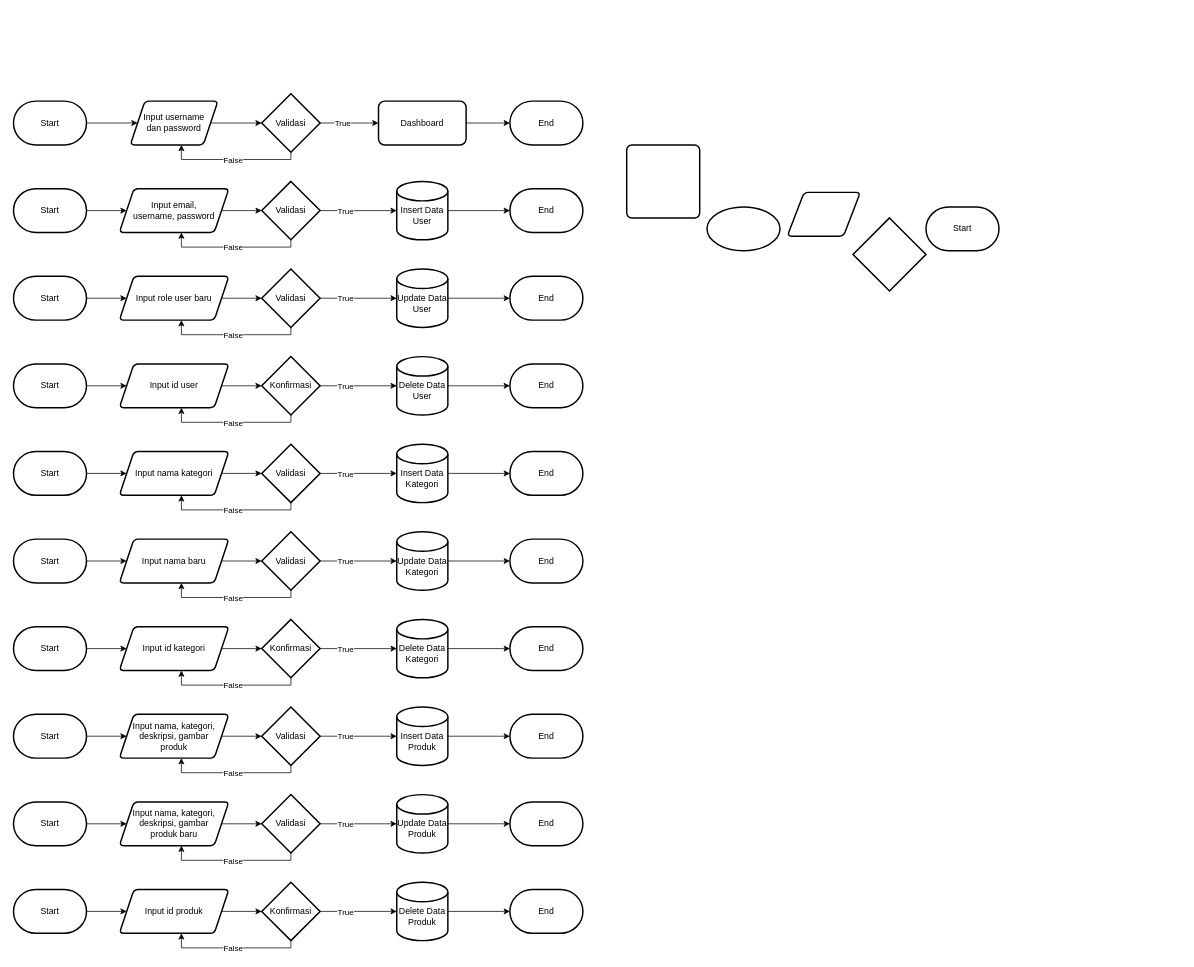
brogangin/brogangin-resolusi keeps this draw.io diagram as Flowchart KP.drawio. Above is the earlier version. Source tidied: cells renumbered, new cells numbered last; positions are measured from the earlier drawing's top-left corner, leaving out a move shared by most shapes. Both pictures are drawn from the tidied source at 73%, with x=0, y=0 at pixel (13, 93).
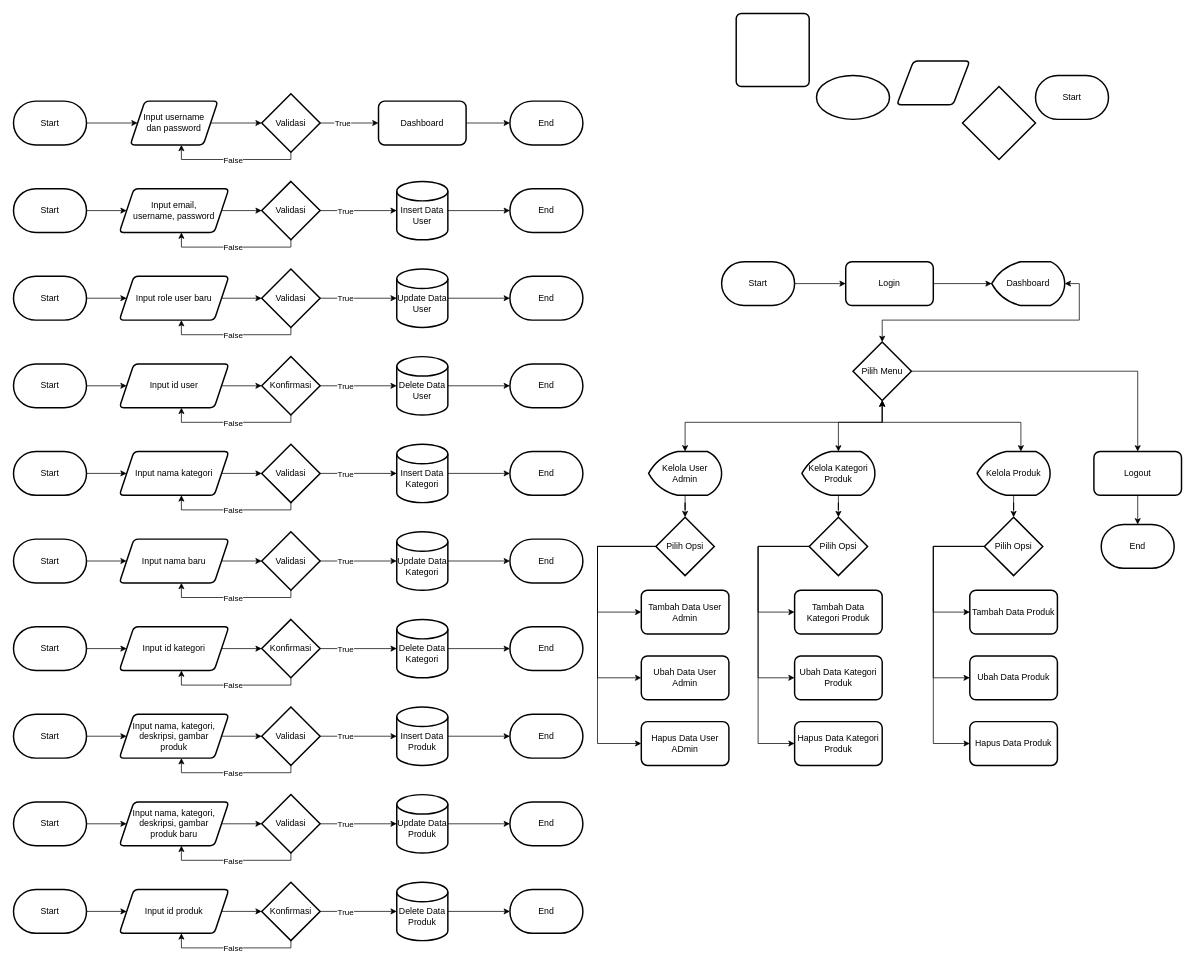
Above is the later version.

Diff of the diagram source:
```diff
@@
     <mxCell id="20" value="Start" style="strokeWidth=2;html=1;shape=mxgraph.flowchart.terminator;whiteSpace=wrap;" parent="1" vertex="1">
-      <mxGeometry x="1250" y="155" width="100" height="60" as="geometry" />
+      <mxGeometry x="1400" y="-25" width="100" height="60" as="geometry" />
     </mxCell>
     <mxCell id="21" style="shape=parallelogram;html=1;strokeWidth=2;perimeter=parallelogramPerimeter;whiteSpace=wrap;rounded=1;arcSize=12;size=0.23;" parent="1" vertex="1">
-      <mxGeometry x="1060" y="135" width="100" height="60" as="geometry" />
+      <mxGeometry x="1210" y="-45" width="100" height="60" as="geometry" />
     </mxCell>
     <mxCell id="22" style="rounded=1;whiteSpace=wrap;html=1;absoluteArcSize=1;arcSize=14;strokeWidth=2;" parent="1" vertex="1">
-      <mxGeometry x="840" y="70" width="100" height="100" as="geometry" />
+      <mxGeometry x="990" y="-110" width="100" height="100" as="geometry" />
     </mxCell>
@@
     <mxCell id="24" style="strokeWidth=2;html=1;shape=mxgraph.flowchart.start_1;whiteSpace=wrap;" parent="1" vertex="1">
-      <mxGeometry x="950" y="155" width="100" height="60" as="geometry" />
+      <mxGeometry x="1100" y="-25" width="100" height="60" as="geometry" />
     </mxCell>
     <mxCell id="25" style="strokeWidth=2;html=1;shape=mxgraph.flowchart.decision;whiteSpace=wrap;" parent="1" vertex="1">
-      <mxGeometry x="1150" y="170" width="100" height="100" as="geometry" />
+      <mxGeometry x="1300" y="-10" width="100" height="100" as="geometry" />
     </mxCell>
@@
+    <mxCell id="127" style="edgeStyle=orthogonalEdgeStyle;rounded=0;jettySize=auto;html=1;" parent="1" edge="1" source="129" target="167">
+      <mxGeometry relative="1" as="geometry" />
+    </mxCell>
+    <mxCell id="128" style="edgeStyle=orthogonalEdgeStyle;rounded=0;jettySize=auto;html=1;startArrow=classic;startFill=1;" parent="1" edge="1" source="135" target="134">
+      <mxGeometry relative="1" as="geometry">
+        <Array as="points">
+          <mxPoint x="1460" y="260" />
+          <mxPoint x="1460" y="310" />
+          <mxPoint x="1190" y="310" />
+        </Array>
+      </mxGeometry>
+    </mxCell>
+    <mxCell id="129" value="Start" style="strokeWidth=2;html=1;shape=mxgraph.flowchart.terminator;whiteSpace=wrap;" parent="1" vertex="1">
+      <mxGeometry x="970" y="230" width="100" height="60" as="geometry" />
+    </mxCell>
+    <mxCell id="130" style="edgeStyle=orthogonalEdgeStyle;rounded=0;jettySize=auto;html=1;startArrow=classic;startFill=1;" parent="1" edge="1" source="134" target="139">
+      <mxGeometry relative="1" as="geometry">
+        <Array as="points">
+          <mxPoint x="1190" y="450" />
+          <mxPoint x="1130" y="450" />
+        </Array>
+      </mxGeometry>
+    </mxCell>
+    <mxCell id="131" style="edgeStyle=orthogonalEdgeStyle;rounded=0;jettySize=auto;html=1;startArrow=classic;startFill=1;" parent="1" edge="1" source="134" target="137">
+      <mxGeometry relative="1" as="geometry">
+        <Array as="points">
+          <mxPoint x="1190" y="450" />
+          <mxPoint x="920" y="450" />
+        </Array>
+      </mxGeometry>
+    </mxCell>
+    <mxCell id="132" style="edgeStyle=orthogonalEdgeStyle;rounded=0;jettySize=auto;html=1;startArrow=classic;startFill=1;" parent="1" edge="1" source="134" target="141">
+      <mxGeometry relative="1" as="geometry">
+        <Array as="points">
+          <mxPoint x="1190" y="450" />
+          <mxPoint x="1380" y="450" />
+        </Array>
+      </mxGeometry>
+    </mxCell>
+    <mxCell id="133" style="edgeStyle=orthogonalEdgeStyle;rounded=0;jettySize=auto;html=1;" parent="1" edge="1" source="134" target="143">
+      <mxGeometry relative="1" as="geometry" />
+    </mxCell>
+    <mxCell id="134" value="Pilih Menu" style="rhombus;whiteSpace=wrap;html=1;strokeColor=default;strokeWidth=2;align=center;verticalAlign=middle;fontFamily=Helvetica;fontSize=12;fontColor=default;fillColor=default;" parent="1" vertex="1">
+      <mxGeometry x="1150" y="340" width="80" height="80" as="geometry" />
+    </mxCell>
+    <mxCell id="135" value="Dashboard" style="strokeWidth=2;html=1;shape=mxgraph.flowchart.display;whiteSpace=wrap;" parent="1" vertex="1">
+      <mxGeometry x="1340" y="230" width="100" height="60" as="geometry" />
+    </mxCell>
+    <mxCell id="136" style="edgeStyle=orthogonalEdgeStyle;rounded=0;jettySize=auto;html=1;" parent="1" edge="1" source="137" target="156">
+      <mxGeometry relative="1" as="geometry" />
+    </mxCell>
+    <mxCell id="137" value="Kelola User Admin" style="strokeWidth=2;html=1;shape=mxgraph.flowchart.display;whiteSpace=wrap;" parent="1" vertex="1">
+      <mxGeometry x="870" y="490" width="100" height="60" as="geometry" />
+    </mxCell>
+    <mxCell id="138" style="edgeStyle=orthogonalEdgeStyle;rounded=0;jettySize=auto;html=1;" parent="1" edge="1" source="139" target="160">
+      <mxGeometry relative="1" as="geometry" />
+    </mxCell>
+    <mxCell id="139" value="Kelola Kategori Produk" style="strokeWidth=2;html=1;shape=mxgraph.flowchart.display;whiteSpace=wrap;" parent="1" vertex="1">
+      <mxGeometry x="1080" y="490" width="100" height="60" as="geometry" />
+    </mxCell>
+    <mxCell id="140" style="edgeStyle=orthogonalEdgeStyle;rounded=0;jettySize=auto;html=1;" parent="1" edge="1" source="141" target="164">
+      <mxGeometry relative="1" as="geometry" />
+    </mxCell>
+    <mxCell id="141" value="Kelola Produk" style="strokeWidth=2;html=1;shape=mxgraph.flowchart.display;whiteSpace=wrap;" parent="1" vertex="1">
+      <mxGeometry x="1320" y="490" width="100" height="60" as="geometry" />
+    </mxCell>
+    <mxCell id="142" style="edgeStyle=orthogonalEdgeStyle;rounded=0;jettySize=auto;html=1;" parent="1" edge="1" source="143" target="165">
+      <mxGeometry relative="1" as="geometry" />
+    </mxCell>
+    <mxCell id="143" value="Logout" style="whiteSpace=wrap;html=1;rounded=1;strokeColor=default;strokeWidth=2;align=center;verticalAlign=middle;arcSize=14;fontFamily=Helvetica;fontSize=12;fontColor=default;fillColor=default;" parent="1" vertex="1">
+      <mxGeometry x="1480" y="490" width="120" height="60" as="geometry" />
+    </mxCell>
+    <mxCell id="144" value="Tambah Data User Admin" style="whiteSpace=wrap;html=1;rounded=1;strokeColor=default;strokeWidth=2;align=center;verticalAlign=middle;arcSize=14;fontFamily=Helvetica;fontSize=12;fontColor=default;fillColor=default;" parent="1" vertex="1">
+      <mxGeometry x="860" y="680" width="120" height="60" as="geometry" />
+    </mxCell>
+    <mxCell id="145" value="Ubah Data User Admin" style="whiteSpace=wrap;html=1;rounded=1;strokeColor=default;strokeWidth=2;align=center;verticalAlign=middle;arcSize=14;fontFamily=Helvetica;fontSize=12;fontColor=default;fillColor=default;" parent="1" vertex="1">
+      <mxGeometry x="860" y="770" width="120" height="60" as="geometry" />
+    </mxCell>
+    <mxCell id="146" value="Hapus Data User ADmin" style="whiteSpace=wrap;html=1;rounded=1;strokeColor=default;strokeWidth=2;align=center;verticalAlign=middle;arcSize=14;fontFamily=Helvetica;fontSize=12;fontColor=default;fillColor=default;" parent="1" vertex="1">
+      <mxGeometry x="860" y="860" width="120" height="60" as="geometry" />
+    </mxCell>
+    <mxCell id="147" value="Tambah Data Kategori Produk" style="whiteSpace=wrap;html=1;rounded=1;strokeColor=default;strokeWidth=2;align=center;verticalAlign=middle;arcSize=14;fontFamily=Helvetica;fontSize=12;fontColor=default;fillColor=default;" parent="1" vertex="1">
+      <mxGeometry x="1070" y="680" width="120" height="60" as="geometry" />
+    </mxCell>
+    <mxCell id="148" value="Ubah Data Kategori Produk" style="whiteSpace=wrap;html=1;rounded=1;strokeColor=default;strokeWidth=2;align=center;verticalAlign=middle;arcSize=14;fontFamily=Helvetica;fontSize=12;fontColor=default;fillColor=default;" parent="1" vertex="1">
+      <mxGeometry x="1070" y="770" width="120" height="60" as="geometry" />
+    </mxCell>
+    <mxCell id="149" value="Hapus Data Kategori Produk" style="whiteSpace=wrap;html=1;rounded=1;strokeColor=default;strokeWidth=2;align=center;verticalAlign=middle;arcSize=14;fontFamily=Helvetica;fontSize=12;fontColor=default;fillColor=default;" parent="1" vertex="1">
+      <mxGeometry x="1070" y="860" width="120" height="60" as="geometry" />
+    </mxCell>
+    <mxCell id="150" value="Hapus Data Produk" style="whiteSpace=wrap;html=1;rounded=1;strokeColor=default;strokeWidth=2;align=center;verticalAlign=middle;arcSize=14;fontFamily=Helvetica;fontSize=12;fontColor=default;fillColor=default;" parent="1" vertex="1">
+      <mxGeometry x="1310" y="860" width="120" height="60" as="geometry" />
+    </mxCell>
+    <mxCell id="151" value="Ubah Data Produk" style="whiteSpace=wrap;html=1;rounded=1;strokeColor=default;strokeWidth=2;align=center;verticalAlign=middle;arcSize=14;fontFamily=Helvetica;fontSize=12;fontColor=default;fillColor=default;" parent="1" vertex="1">
+      <mxGeometry x="1310" y="770" width="120" height="60" as="geometry" />
+    </mxCell>
+    <mxCell id="152" value="Tambah Data Produk" style="whiteSpace=wrap;html=1;rounded=1;strokeColor=default;strokeWidth=2;align=center;verticalAlign=middle;arcSize=14;fontFamily=Helvetica;fontSize=12;fontColor=default;fillColor=default;" parent="1" vertex="1">
+      <mxGeometry x="1310" y="680" width="120" height="60" as="geometry" />
+    </mxCell>
+    <mxCell id="153" style="edgeStyle=orthogonalEdgeStyle;rounded=0;jettySize=auto;html=1;" parent="1" edge="1" source="156" target="144">
+      <mxGeometry relative="1" as="geometry">
+        <Array as="points">
+          <mxPoint x="800" y="620" />
+          <mxPoint x="800" y="710" />
+        </Array>
+      </mxGeometry>
+    </mxCell>
+    <mxCell id="154" style="edgeStyle=orthogonalEdgeStyle;rounded=0;jettySize=auto;html=1;" parent="1" edge="1" source="156" target="145">
+      <mxGeometry relative="1" as="geometry">
+        <Array as="points">
+          <mxPoint x="800" y="620" />
+          <mxPoint x="800" y="800" />
+        </Array>
+      </mxGeometry>
+    </mxCell>
+    <mxCell id="155" style="edgeStyle=orthogonalEdgeStyle;rounded=0;jettySize=auto;html=1;" parent="1" edge="1" source="156" target="146">
+      <mxGeometry relative="1" as="geometry">
+        <Array as="points">
+          <mxPoint x="800" y="620" />
+          <mxPoint x="800" y="890" />
+        </Array>
+      </mxGeometry>
+    </mxCell>
+    <mxCell id="156" value="Pilih Opsi" style="rhombus;whiteSpace=wrap;html=1;strokeColor=default;strokeWidth=2;align=center;verticalAlign=middle;fontFamily=Helvetica;fontSize=12;fontColor=default;fillColor=default;" parent="1" vertex="1">
+      <mxGeometry x="880" y="580" width="80" height="80" as="geometry" />
+    </mxCell>
+    <mxCell id="157" style="edgeStyle=orthogonalEdgeStyle;rounded=0;jettySize=auto;html=1;" parent="1" edge="1" source="160" target="147">
+      <mxGeometry relative="1" as="geometry">
+        <Array as="points">
+          <mxPoint x="1020" y="620" />
+          <mxPoint x="1020" y="710" />
+        </Array>
+      </mxGeometry>
+    </mxCell>
+    <mxCell id="158" style="edgeStyle=orthogonalEdgeStyle;rounded=0;jettySize=auto;html=1;" parent="1" edge="1" source="160" target="148">
+      <mxGeometry relative="1" as="geometry">
+        <Array as="points">
+          <mxPoint x="1020" y="620" />
+          <mxPoint x="1020" y="800" />
+        </Array>
+      </mxGeometry>
+    </mxCell>
+    <mxCell id="159" style="edgeStyle=orthogonalEdgeStyle;rounded=0;jettySize=auto;html=1;" parent="1" edge="1" source="160" target="149">
+      <mxGeometry relative="1" as="geometry">
+        <Array as="points">
+          <mxPoint x="1020" y="620" />
+          <mxPoint x="1020" y="890" />
+        </Array>
+      </mxGeometry>
+    </mxCell>
+    <mxCell id="160" value="Pilih Opsi" style="rhombus;whiteSpace=wrap;html=1;strokeColor=default;strokeWidth=2;align=center;verticalAlign=middle;fontFamily=Helvetica;fontSize=12;fontColor=default;fillColor=default;" parent="1" vertex="1">
+      <mxGeometry x="1090" y="580" width="80" height="80" as="geometry" />
+    </mxCell>
+    <mxCell id="161" style="edgeStyle=orthogonalEdgeStyle;rounded=0;jettySize=auto;html=1;" parent="1" edge="1" source="164" target="152">
+      <mxGeometry relative="1" as="geometry">
+        <Array as="points">
+          <mxPoint x="1260" y="620" />
+          <mxPoint x="1260" y="710" />
+        </Array>
+      </mxGeometry>
+    </mxCell>
+    <mxCell id="162" style="edgeStyle=orthogonalEdgeStyle;rounded=0;jettySize=auto;html=1;" parent="1" edge="1" source="164" target="151">
+      <mxGeometry relative="1" as="geometry">
+        <Array as="points">
+          <mxPoint x="1260" y="620" />
+          <mxPoint x="1260" y="800" />
+        </Array>
+      </mxGeometry>
+    </mxCell>
+    <mxCell id="163" style="edgeStyle=orthogonalEdgeStyle;rounded=0;jettySize=auto;html=1;" parent="1" edge="1" source="164" target="150">
+      <mxGeometry relative="1" as="geometry">
+        <Array as="points">
+          <mxPoint x="1260" y="620" />
+          <mxPoint x="1260" y="890" />
+        </Array>
+      </mxGeometry>
+    </mxCell>
+    <mxCell id="164" value="Pilih Opsi" style="rhombus;whiteSpace=wrap;html=1;strokeColor=default;strokeWidth=2;align=center;verticalAlign=middle;fontFamily=Helvetica;fontSize=12;fontColor=default;fillColor=default;" parent="1" vertex="1">
+      <mxGeometry x="1330" y="580" width="80" height="80" as="geometry" />
+    </mxCell>
+    <mxCell id="165" value="End" style="strokeWidth=2;html=1;shape=mxgraph.flowchart.terminator;whiteSpace=wrap;" parent="1" vertex="1">
+      <mxGeometry x="1490" y="590" width="100" height="60" as="geometry" />
+    </mxCell>
+    <mxCell id="166" style="edgeStyle=orthogonalEdgeStyle;rounded=0;jettySize=auto;html=1;" parent="1" edge="1" source="167" target="135">
+      <mxGeometry relative="1" as="geometry" />
+    </mxCell>
+    <mxCell id="167" value="Login" style="whiteSpace=wrap;html=1;rounded=1;strokeColor=default;strokeWidth=2;align=center;verticalAlign=middle;arcSize=14;fontFamily=Helvetica;fontSize=12;fontColor=default;fillColor=default;" parent="1" vertex="1">
+      <mxGeometry x="1140" y="230" width="120" height="60" as="geometry" />
+    </mxCell>
```
